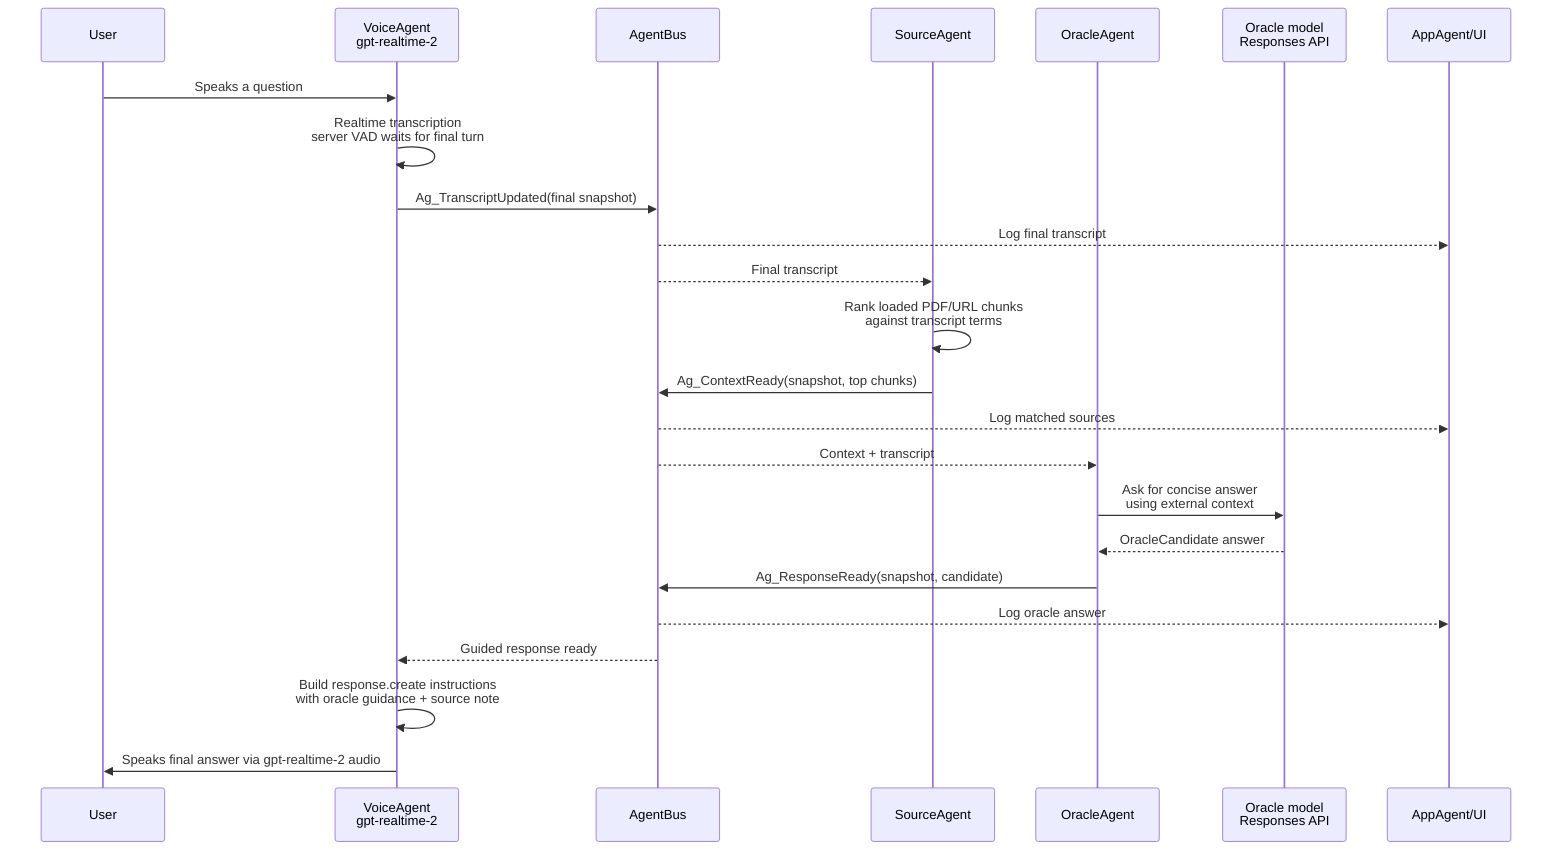
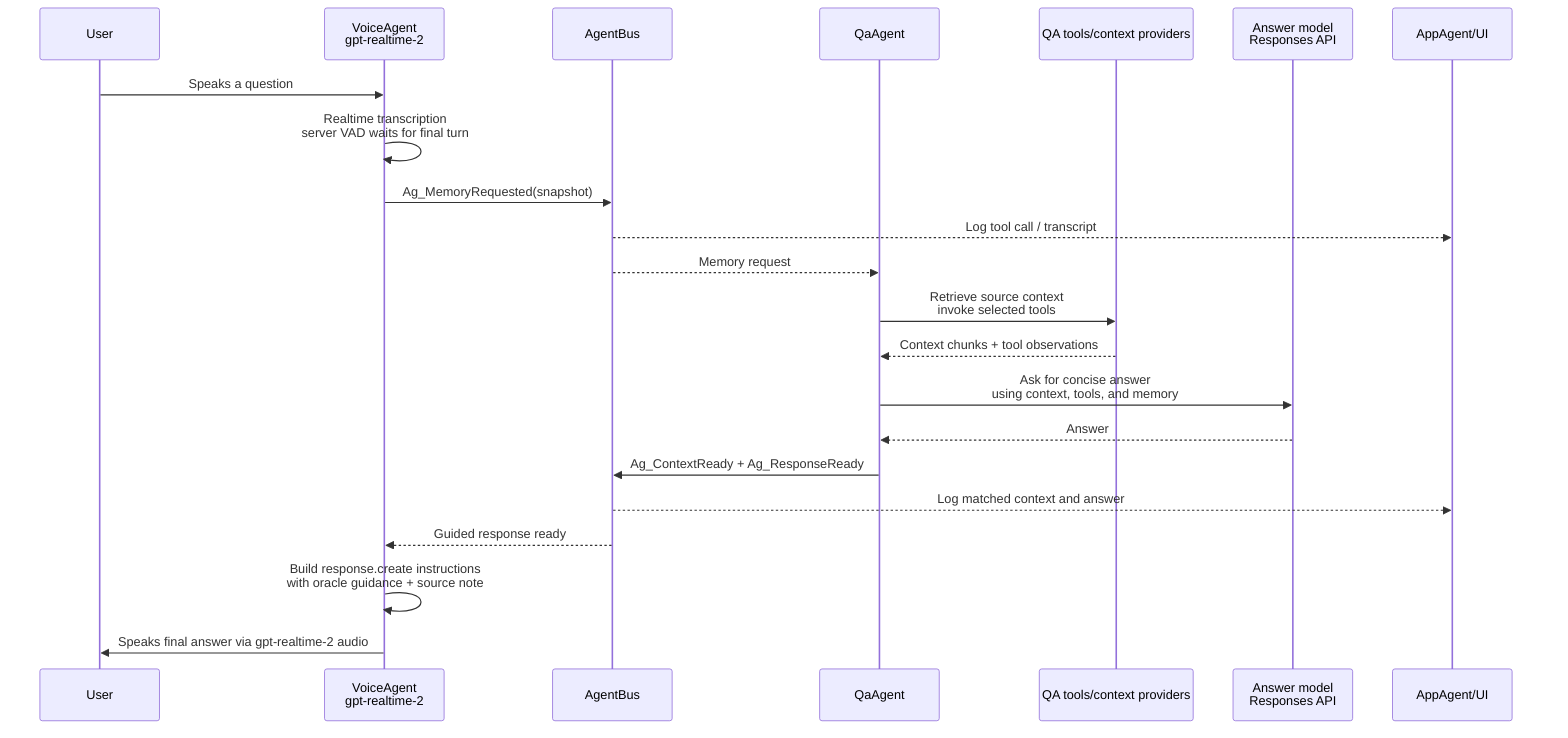
sequenceDiagram
    participant User
    participant Voice as VoiceAgent<br/>gpt-realtime-2
    participant Bus as AgentBus
-     participant Source as SourceAgent
-     participant Oracle as OracleAgent
-     participant LLM as Oracle model<br/>Responses API
+     participant QA as QaAgent
+     participant Tools as QA tools/context providers
+     participant LLM as Answer model<br/>Responses API
    participant App as AppAgent/UI

    User->>Voice: Speaks a question
    Voice->>Voice: Realtime transcription<br/>server VAD waits for final turn
-     Voice->>Bus: Ag_TranscriptUpdated(final snapshot)
-     Bus-->>App: Log final transcript
-     Bus-->>Source: Final transcript
+     Voice->>Bus: Ag_MemoryRequested(snapshot)
+     Bus-->>App: Log tool call / transcript

-     Source->>Source: Rank loaded PDF/URL chunks<br/>against transcript terms
-     Source->>Bus: Ag_ContextReady(snapshot, top chunks)
-     Bus-->>App: Log matched sources
-     Bus-->>Oracle: Context + transcript
+     Bus-->>QA: Memory request
+     QA->>Tools: Retrieve source context<br/>invoke selected tools
+     Tools-->>QA: Context chunks + tool observations

-     Oracle->>LLM: Ask for concise answer<br/>using external context
-     LLM-->>Oracle: OracleCandidate answer
-     Oracle->>Bus: Ag_ResponseReady(snapshot, candidate)
-     Bus-->>App: Log oracle answer
+     QA->>LLM: Ask for concise answer<br/>using context, tools, and memory
+     LLM-->>QA: Answer
+     QA->>Bus: Ag_ContextReady + Ag_ResponseReady
+     Bus-->>App: Log matched context and answer
    Bus-->>Voice: Guided response ready

    Voice->>Voice: Build response.create instructions<br/>with oracle guidance + source note
    Voice->>User: Speaks final answer via gpt-realtime-2 audio
